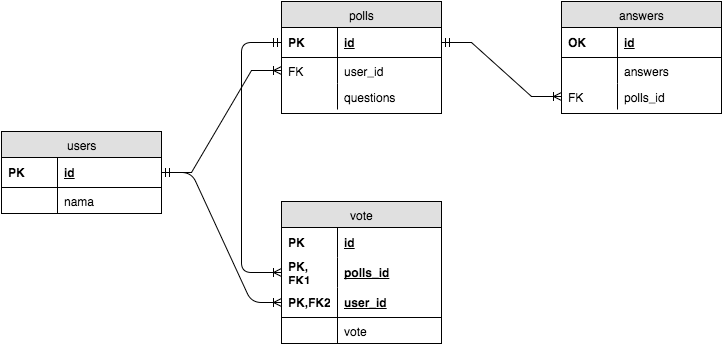
This is polling_schema.png from blanford-fox-2016/schema-polling, a draw.io export, as it was before one commit. Source tidied: cells renumbered, new cells last; positions are measured from the earlier drawing's top-left corner, leaving out a move shared by most shapes.
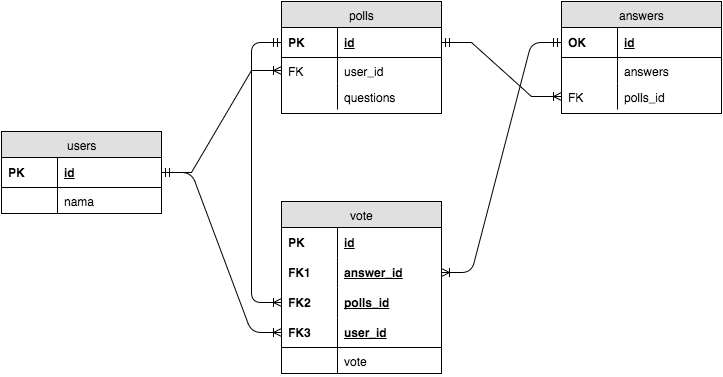
The same diagram one commit later.

What changed in the source:
```diff
@@ -66,7 +66,7 @@
       <mxGeometry relative="1" as="geometry" />
     </mxCell>
     <mxCell id="23" value="vote" style="swimlane;html=1;fontStyle=0;horizontal=1;startSize=26;fillColor=#e0e0e0;swimlaneFillColor=#ffffff;align=center;" parent="1" vertex="1">
-      <mxGeometry x="280" y="200" width="160" height="142" as="geometry" />
+      <mxGeometry x="280" y="200" width="160" height="172" as="geometry" />
     </mxCell>
     <mxCell id="24" value="id" style="shape=partialRectangle;top=0;left=0;right=0;bottom=0;html=1;align=left;verticalAlign=middle;fillColor=none;spacingLeft=60;spacingRight=4;whiteSpace=wrap;overflow=hidden;fontStyle=5;" parent="23" vertex="1">
       <mxGeometry y="26" width="160" height="30" as="geometry" />
@@ -74,20 +74,26 @@
     <mxCell id="25" value="PK" style="shape=partialRectangle;fontStyle=1;top=0;left=0;bottom=0;html=1;fillColor=none;align=left;verticalAlign=middle;spacingLeft=4;spacingRight=4;whiteSpace=wrap;overflow=hidden;" parent="24" vertex="1">
       <mxGeometry width="56" height="30" as="geometry" />
     </mxCell>
-    <mxCell id="26" value="polls_id" style="shape=partialRectangle;top=0;left=0;right=0;bottom=0;html=1;align=left;verticalAlign=middle;fillColor=none;spacingLeft=60;spacingRight=4;whiteSpace=wrap;overflow=hidden;points=[[0,0.5],[1,0.5]];portConstraint=eastwest;fontStyle=5;" parent="23" vertex="1">
+    <mxCell id="26" value="answer_id" style="shape=partialRectangle;top=0;left=0;right=0;bottom=0;html=1;align=left;verticalAlign=middle;fillColor=none;spacingLeft=60;spacingRight=4;whiteSpace=wrap;overflow=hidden;points=[[0,0.5],[1,0.5]];portConstraint=eastwest;fontStyle=5;" parent="23" vertex="1">
       <mxGeometry y="56" width="160" height="30" as="geometry" />
     </mxCell>
-    <mxCell id="27" value="PK, FK1" style="shape=partialRectangle;fontStyle=1;top=0;left=0;bottom=0;html=1;fillColor=none;align=left;verticalAlign=middle;spacingLeft=4;spacingRight=4;whiteSpace=wrap;overflow=hidden;" parent="26" vertex="1">
+    <mxCell id="27" value="FK1" style="shape=partialRectangle;fontStyle=1;top=0;left=0;bottom=0;html=1;fillColor=none;align=left;verticalAlign=middle;spacingLeft=4;spacingRight=4;whiteSpace=wrap;overflow=hidden;" parent="26" vertex="1">
       <mxGeometry width="56" height="30" as="geometry" />
     </mxCell>
+    <mxCell id="34" value="polls_id" style="shape=partialRectangle;top=0;left=0;right=0;bottom=0;html=1;align=left;verticalAlign=middle;fillColor=none;spacingLeft=60;spacingRight=4;whiteSpace=wrap;overflow=hidden;points=[[0,0.5],[1,0.5]];portConstraint=eastwest;fontStyle=5;" parent="23" vertex="1">
+      <mxGeometry y="86" width="160" height="30" as="geometry" />
+    </mxCell>
+    <mxCell id="35" value="FK2" style="shape=partialRectangle;fontStyle=1;top=0;left=0;bottom=0;html=1;fillColor=none;align=left;verticalAlign=middle;spacingLeft=4;spacingRight=4;whiteSpace=wrap;overflow=hidden;" parent="34" vertex="1">
+      <mxGeometry width="56" height="30" as="geometry" />
+    </mxCell>
     <mxCell id="28" value="user_id" style="shape=partialRectangle;top=0;left=0;right=0;bottom=1;html=1;align=left;verticalAlign=middle;fillColor=none;spacingLeft=60;spacingRight=4;whiteSpace=wrap;overflow=hidden;points=[[0,0.5],[1,0.5]];portConstraint=eastwest;fontStyle=5;" parent="23" vertex="1">
-      <mxGeometry y="86" width="160" height="30" as="geometry" />
+      <mxGeometry y="116" width="160" height="30" as="geometry" />
     </mxCell>
-    <mxCell id="29" value="PK,FK2" style="shape=partialRectangle;fontStyle=1;top=0;left=0;bottom=0;html=1;fillColor=none;align=left;verticalAlign=middle;spacingLeft=4;spacingRight=4;whiteSpace=wrap;overflow=hidden;" parent="28" vertex="1">
+    <mxCell id="29" value="FK3" style="shape=partialRectangle;fontStyle=1;top=0;left=0;bottom=0;html=1;fillColor=none;align=left;verticalAlign=middle;spacingLeft=4;spacingRight=4;whiteSpace=wrap;overflow=hidden;" parent="28" vertex="1">
       <mxGeometry width="56" height="30" as="geometry" />
     </mxCell>
     <mxCell id="30" value="vote" style="shape=partialRectangle;top=0;left=0;right=0;bottom=0;html=1;align=left;verticalAlign=top;fillColor=none;spacingLeft=60;spacingRight=4;whiteSpace=wrap;overflow=hidden;" parent="23" vertex="1">
-      <mxGeometry y="116" width="160" height="26" as="geometry" />
+      <mxGeometry y="146" width="160" height="26" as="geometry" />
     </mxCell>
     <mxCell id="31" style="shape=partialRectangle;top=0;left=0;bottom=0;html=1;fillColor=none;align=left;verticalAlign=top;spacingLeft=4;spacingRight=4;whiteSpace=wrap;overflow=hidden;" parent="30" vertex="1">
       <mxGeometry width="56" height="26" as="geometry" />
@@ -95,13 +101,16 @@
     <mxCell id="32" style="edgeStyle=entityRelationEdgeStyle;html=1;endArrow=ERoneToMany;startArrow=ERmandOne;exitX=1;exitY=0.5;entryX=0;entryY=0.5;" parent="1" edge="1" source="3" target="28">
       <mxGeometry relative="1" as="geometry" />
     </mxCell>
-    <mxCell id="33" style="edgeStyle=orthogonalEdgeStyle;html=1;endArrow=ERmandOne;startArrow=ERoneToMany;entryX=0;entryY=0.5;exitX=0;exitY=0.5;startFill=0;endFill=0;" parent="1" edge="1" source="26" target="8">
+    <mxCell id="33" style="html=1;endArrow=ERmandOne;startArrow=ERoneToMany;entryX=0;entryY=0.5;startFill=0;endFill=0;exitX=0;exitY=0.5;edgeStyle=orthogonalEdgeStyle;" parent="1" edge="1" source="34" target="8">
       <mxGeometry relative="1" as="geometry">
         <Array as="points">
-          <mxPoint x="240" y="271" />
-          <mxPoint x="240" y="41" />
+          <mxPoint x="250" y="301" />
+          <mxPoint x="250" y="41" />
         </Array>
       </mxGeometry>
     </mxCell>
+    <mxCell id="36" style="edgeStyle=entityRelationEdgeStyle;html=1;endArrow=ERmandOne;startArrow=ERoneToMany;exitX=1;exitY=0.5;entryX=0;entryY=0.5;startFill=0;endFill=0;" parent="1" edge="1" source="26" target="16">
+      <mxGeometry relative="1" as="geometry" />
+    </mxCell>
   </root>
 </mxGraphModel>
```
